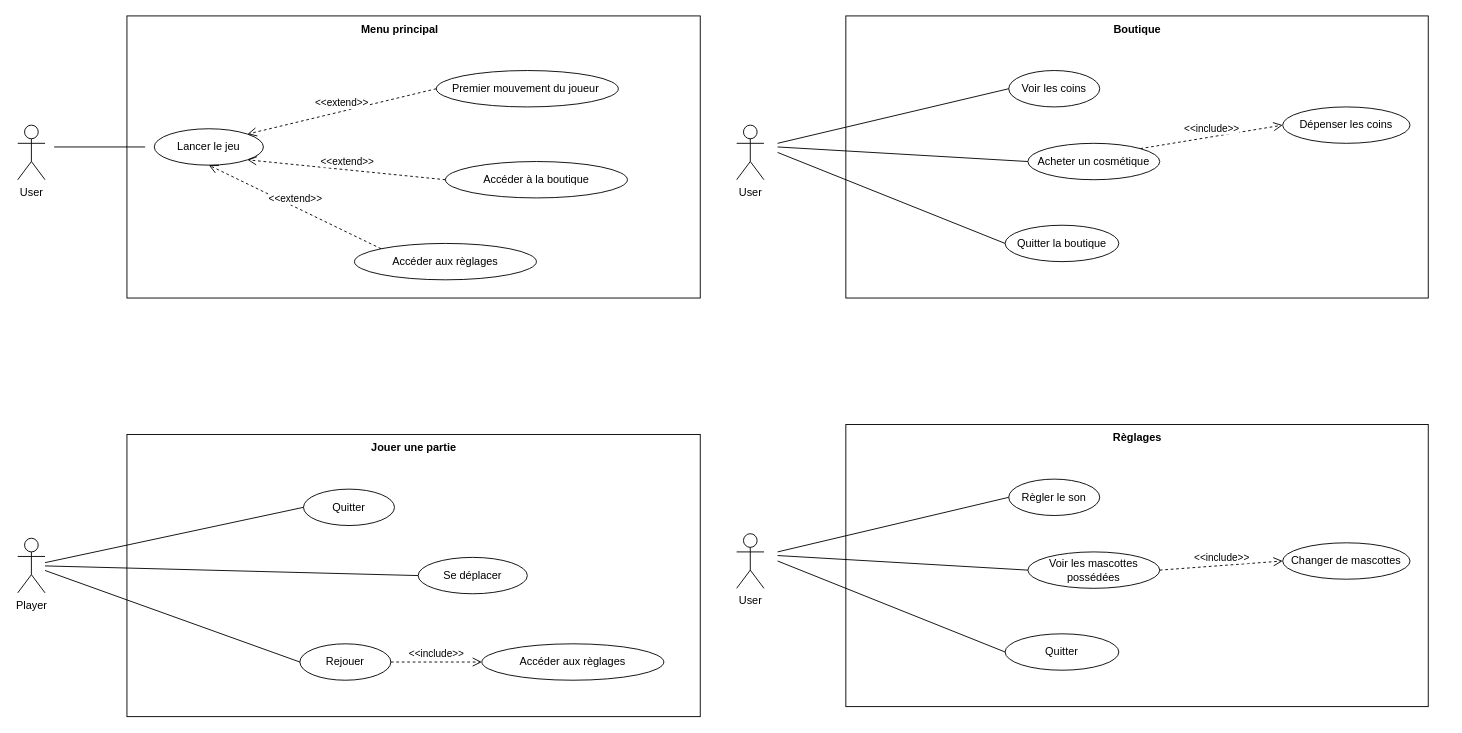
Above: DiagramsCrossy/Use_Case.drawio in Paco-crossing-the-roads/Crossy_Road_Documentation (draw.io), before the change. Source tidied: cells renumbered, new cells numbered last; positions are measured from the earlier drawing's top-left corner, leaving out a move shared by most shapes. Both pictures are drawn from the tidied source at 91%, with x=0, y=0 at pixel (17, 15).
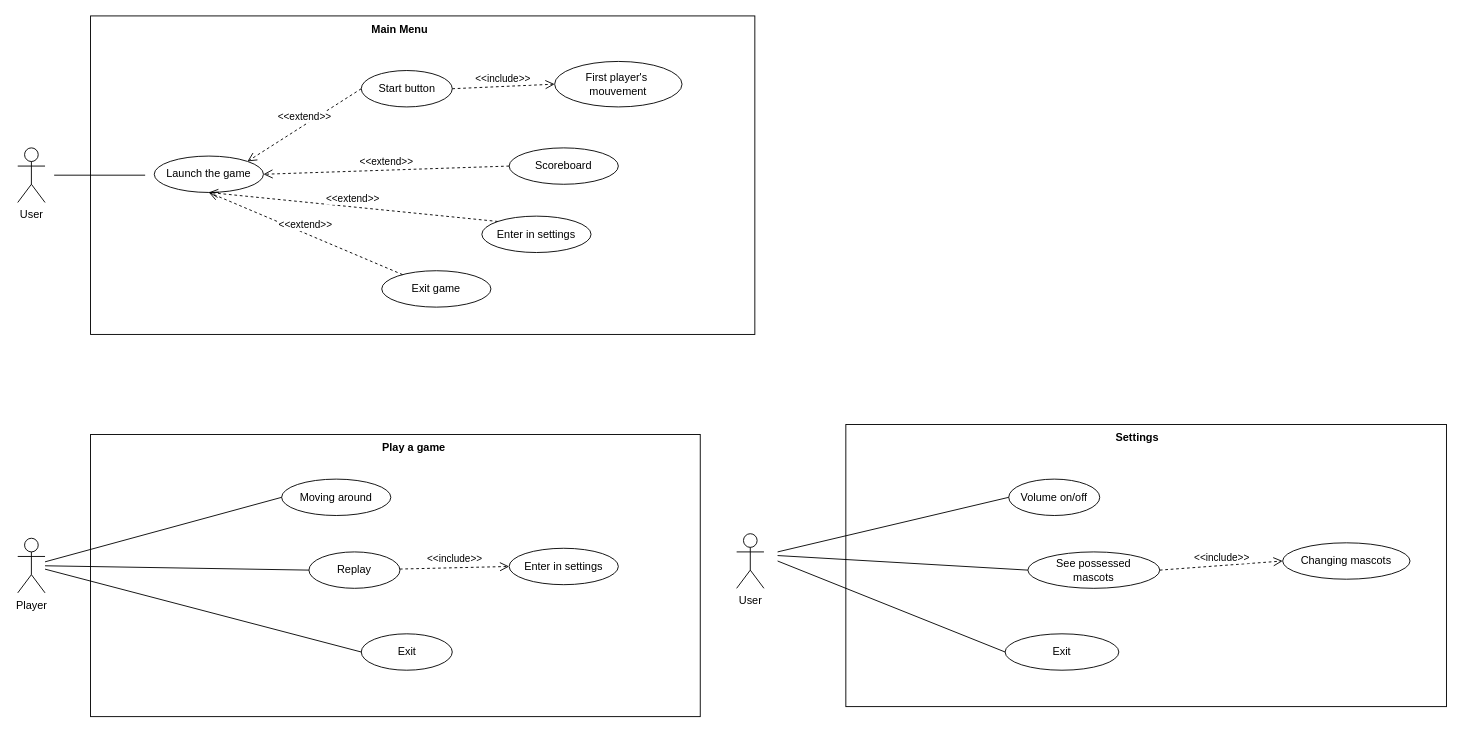
After the change.

Commit message (it also covers changes not shown here):
fix : update use case diagram

What changed in the source:
```diff
@@
     <mxCell id="3" value="User" style="shape=umlActor;verticalLabelPosition=bottom;verticalAlign=top;html=1;" parent="1" vertex="1">
-      <mxGeometry y="120" width="30" height="60" as="geometry" />
+      <mxGeometry y="145" width="30" height="60" as="geometry" />
     </mxCell>
     <mxCell id="4" style="rounded=0;whiteSpace=wrap;html=1;" parent="1" vertex="1">
-      <mxGeometry x="120" width="630" height="310" as="geometry" />
+      <mxGeometry x="80" width="730" height="350" as="geometry" />
     </mxCell>
-    <mxCell id="5" value="Menu principal" style="text;html=1;align=center;verticalAlign=middle;whiteSpace=wrap;rounded=0;perimeterSpacing=0;fontStyle=1;" parent="1" vertex="1">
+    <mxCell id="5" value="Main Menu" style="text;html=1;align=center;verticalAlign=middle;whiteSpace=wrap;rounded=0;perimeterSpacing=0;fontStyle=1;" parent="1" vertex="1">
       <mxGeometry x="375" width="90" height="30" as="geometry" />
     </mxCell>
-    <mxCell id="6" value="Lancer le jeu" style="ellipse;whiteSpace=wrap;html=1;" parent="1" vertex="1">
-      <mxGeometry x="150" y="124" width="120" height="40" as="geometry" />
+    <mxCell id="6" value="Launch the game" style="ellipse;whiteSpace=wrap;html=1;" parent="1" vertex="1">
+      <mxGeometry x="150" y="154" width="120" height="40" as="geometry" />
     </mxCell>
-    <mxCell id="7" value="Premier mouvement du joueur&amp;nbsp;" style="ellipse;whiteSpace=wrap;html=1;" parent="1" vertex="1">
-      <mxGeometry x="460" y="60" width="200" height="40" as="geometry" />
+    <mxCell id="7" value="First player's&amp;nbsp;&lt;div&gt;mouvement&lt;/div&gt;" style="ellipse;whiteSpace=wrap;html=1;" parent="1" vertex="1">
+      <mxGeometry x="590" y="50" width="140" height="50" as="geometry" />
     </mxCell>
-    <mxCell id="8" value="Accéder à la boutique" style="ellipse;whiteSpace=wrap;html=1;" parent="1" vertex="1">
-      <mxGeometry x="470" y="160" width="200" height="40" as="geometry" />
-    </mxCell>
-    <mxCell id="9" value="Accéder aux règlages" style="ellipse;whiteSpace=wrap;html=1;" parent="1" vertex="1">
-      <mxGeometry x="370" y="250" width="200" height="40" as="geometry" />
+    <mxCell id="9" value="Enter in settings" style="ellipse;whiteSpace=wrap;html=1;" parent="1" vertex="1">
+      <mxGeometry x="510" y="220" width="120" height="40" as="geometry" />
     </mxCell>
@@
-    <mxCell id="11" value="&amp;lt;&amp;lt;extend&amp;gt;&amp;gt;" style="html=1;verticalAlign=bottom;endArrow=open;dashed=1;endSize=8;curved=0;rounded=0;exitX=0;exitY=0.5;exitDx=0;exitDy=0;entryX=1;entryY=1;entryDx=0;entryDy=0;" parent="1" edge="1" source="8" target="6">
-      <mxGeometry relative="1" as="geometry" />
-    </mxCell>
-    <mxCell id="12" value="&amp;lt;&amp;lt;extend&amp;gt;&amp;gt;" style="html=1;verticalAlign=bottom;endArrow=open;dashed=1;endSize=8;curved=0;rounded=0;exitX=0;exitY=0.5;exitDx=0;exitDy=0;entryX=1;entryY=0;entryDx=0;entryDy=0;" parent="1" edge="1" source="7" target="6">
+    <mxCell id="12" value="&amp;lt;&amp;lt;extend&amp;gt;&amp;gt;" style="html=1;verticalAlign=bottom;endArrow=open;dashed=1;endSize=8;curved=0;rounded=0;entryX=1;entryY=0;entryDx=0;entryDy=0;exitX=0;exitY=0.5;exitDx=0;exitDy=0;" parent="1" edge="1" source="46" target="6">
       <mxGeometry relative="1" as="geometry" />
     </mxCell>
     <mxCell id="13" style="line;strokeWidth=1;fillColor=none;align=left;verticalAlign=middle;spacingTop=-1;spacingLeft=3;spacingRight=3;labelPosition=right;strokeColor=inherit;" parent="1" vertex="1">
-      <mxGeometry x="40" y="140" width="100" height="8" as="geometry" />
+      <mxGeometry x="40" y="171" width="100" height="8" as="geometry" />
     </mxCell>
     <mxCell id="14" style="rounded=0;whiteSpace=wrap;html=1;" parent="1" vertex="1">
-      <mxGeometry x="120" y="460" width="630" height="310" as="geometry" />
+      <mxGeometry x="80" y="460" width="670" height="310" as="geometry" />
     </mxCell>
-    <mxCell id="15" value="Jouer une partie" style="text;html=1;align=center;verticalAlign=middle;whiteSpace=wrap;rounded=0;perimeterSpacing=0;fontStyle=1;" parent="1" vertex="1">
+    <mxCell id="15" value="Play a game" style="text;html=1;align=center;verticalAlign=middle;whiteSpace=wrap;rounded=0;perimeterSpacing=0;fontStyle=1;" parent="1" vertex="1">
       <mxGeometry x="377.5" y="460" width="115" height="30" as="geometry" />
     </mxCell>
-    <mxCell id="16" value="Se déplacer" style="ellipse;whiteSpace=wrap;html=1;" parent="1" vertex="1">
-      <mxGeometry x="440" y="595" width="120" height="40" as="geometry" />
+    <mxCell id="16" value="Moving around" style="ellipse;whiteSpace=wrap;html=1;" parent="1" vertex="1">
+      <mxGeometry x="290" y="509" width="120" height="40" as="geometry" />
     </mxCell>
-    <mxCell id="17" value="Quitter" style="ellipse;whiteSpace=wrap;html=1;" parent="1" vertex="1">
-      <mxGeometry x="314" y="520" width="100" height="40" as="geometry" />
+    <mxCell id="17" value="Exit" style="ellipse;whiteSpace=wrap;html=1;" parent="1" vertex="1">
+      <mxGeometry x="377.5" y="679" width="100" height="40" as="geometry" />
     </mxCell>
-    <mxCell id="18" value="Accéder aux règlages" style="ellipse;whiteSpace=wrap;html=1;" parent="1" vertex="1">
-      <mxGeometry x="510" y="690" width="200" height="40" as="geometry" />
+    <mxCell id="18" value="Enter in settings" style="ellipse;whiteSpace=wrap;html=1;" parent="1" vertex="1">
+      <mxGeometry x="540" y="585" width="120" height="40" as="geometry" />
     </mxCell>
-    <mxCell id="19" value="&amp;lt;&amp;lt;include&amp;gt;&amp;gt;" style="html=1;verticalAlign=bottom;endArrow=open;dashed=1;endSize=8;curved=0;rounded=0;entryX=0;entryY=0.5;entryDx=0;entryDy=0;" parent="1" edge="1" target="18">
-      <mxGeometry relative="1" as="geometry">
-        <mxPoint x="410" y="710" as="sourcePoint" />
-      </mxGeometry>
+    <mxCell id="19" value="&amp;lt;&amp;lt;include&amp;gt;&amp;gt;" style="html=1;verticalAlign=bottom;endArrow=open;dashed=1;endSize=8;curved=0;rounded=0;entryX=0;entryY=0.5;entryDx=0;entryDy=0;" parent="1" edge="1" source="22" target="18">
+      <mxGeometry relative="1" as="geometry" />
     </mxCell>
@@
-    <mxCell id="22" value="Rejouer" style="ellipse;whiteSpace=wrap;html=1;" parent="1" vertex="1">
-      <mxGeometry x="310" y="690" width="100" height="40" as="geometry" />
+    <mxCell id="22" value="Replay" style="ellipse;whiteSpace=wrap;html=1;" parent="1" vertex="1">
+      <mxGeometry x="320" y="589" width="100" height="40" as="geometry" />
     </mxCell>
@@
-    <mxCell id="24" value="User" style="shape=umlActor;verticalLabelPosition=bottom;verticalAlign=top;html=1;" parent="1" vertex="1">
-      <mxGeometry x="790" y="120" width="30" height="60" as="geometry" />
-    </mxCell>
-    <mxCell id="25" style="rounded=0;whiteSpace=wrap;html=1;" parent="1" vertex="1">
-      <mxGeometry x="910" width="640" height="310" as="geometry" />
-    </mxCell>
-    <mxCell id="26" value="Boutique" style="text;html=1;align=center;verticalAlign=middle;whiteSpace=wrap;rounded=0;perimeterSpacing=0;fontStyle=1;" parent="1" vertex="1">
-      <mxGeometry x="1192.5" width="75" height="30" as="geometry" />
-    </mxCell>
-    <mxCell id="27" value="Acheter un cosmétique" style="ellipse;whiteSpace=wrap;html=1;" parent="1" vertex="1">
-      <mxGeometry x="1110" y="140" width="145" height="40" as="geometry" />
-    </mxCell>
-    <mxCell id="28" value="Voir les coins" style="ellipse;whiteSpace=wrap;html=1;" parent="1" vertex="1">
-      <mxGeometry x="1089" y="60" width="100" height="40" as="geometry" />
-    </mxCell>
-    <mxCell id="29" value="Dépenser les coins" style="ellipse;whiteSpace=wrap;html=1;" parent="1" vertex="1">
-      <mxGeometry x="1390" y="100" width="140" height="40" as="geometry" />
-    </mxCell>
-    <mxCell id="30" value="&amp;lt;&amp;lt;include&amp;gt;&amp;gt;" style="html=1;verticalAlign=bottom;endArrow=open;dashed=1;endSize=8;curved=0;rounded=0;entryX=0;entryY=0.5;entryDx=0;entryDy=0;exitX=1;exitY=0;exitDx=0;exitDy=0;" parent="1" edge="1" source="27" target="29">
-      <mxGeometry relative="1" as="geometry" />
-    </mxCell>
-    <mxCell id="31" style="endArrow=none;html=1;rounded=0;entryX=0;entryY=0.5;entryDx=0;entryDy=0;" parent="1" edge="1" target="27">
-      <mxGeometry relative="1" as="geometry">
-        <mxPoint x="835" y="144" as="sourcePoint" />
-      </mxGeometry>
-    </mxCell>
-    <mxCell id="32" style="endArrow=none;html=1;rounded=0;entryX=0;entryY=0.5;entryDx=0;entryDy=0;" parent="1" edge="1" target="28">
-      <mxGeometry relative="1" as="geometry">
-        <mxPoint x="835" y="140" as="sourcePoint" />
-      </mxGeometry>
-    </mxCell>
-    <mxCell id="33" value="Quitter la boutique" style="ellipse;whiteSpace=wrap;html=1;" parent="1" vertex="1">
-      <mxGeometry x="1085" y="230" width="125" height="40" as="geometry" />
-    </mxCell>
-    <mxCell id="34" style="endArrow=none;html=1;rounded=0;entryX=0;entryY=0.5;entryDx=0;entryDy=0;" parent="1" edge="1" target="33">
-      <mxGeometry relative="1" as="geometry">
-        <mxPoint x="835" y="150" as="sourcePoint" />
-      </mxGeometry>
-    </mxCell>
@@
     <mxCell id="36" style="rounded=0;whiteSpace=wrap;html=1;" parent="1" vertex="1">
-      <mxGeometry x="910" y="449" width="640" height="310" as="geometry" />
+      <mxGeometry x="910" y="449" width="660" height="310" as="geometry" />
     </mxCell>
-    <mxCell id="37" value="Règlages" style="text;html=1;align=center;verticalAlign=middle;whiteSpace=wrap;rounded=0;perimeterSpacing=0;fontStyle=1;" parent="1" vertex="1">
+    <mxCell id="37" value="Settings" style="text;html=1;align=center;verticalAlign=middle;whiteSpace=wrap;rounded=0;perimeterSpacing=0;fontStyle=1;" parent="1" vertex="1">
       <mxGeometry x="1192.5" y="449" width="75" height="30" as="geometry" />
     </mxCell>
-    <mxCell id="38" value="Voir les mascottes possédées" style="ellipse;whiteSpace=wrap;html=1;" parent="1" vertex="1">
+    <mxCell id="38" value="See possessed&lt;div&gt;mascots&lt;/div&gt;" style="ellipse;whiteSpace=wrap;html=1;" parent="1" vertex="1">
       <mxGeometry x="1110" y="589" width="145" height="40" as="geometry" />
     </mxCell>
-    <mxCell id="39" value="Règler le son" style="ellipse;whiteSpace=wrap;html=1;" parent="1" vertex="1">
+    <mxCell id="39" value="Volume on/off" style="ellipse;whiteSpace=wrap;html=1;" parent="1" vertex="1">
       <mxGeometry x="1089" y="509" width="100" height="40" as="geometry" />
     </mxCell>
-    <mxCell id="40" value="Changer de mascottes" style="ellipse;whiteSpace=wrap;html=1;" parent="1" vertex="1">
+    <mxCell id="40" value="Changing mascots" style="ellipse;whiteSpace=wrap;html=1;" parent="1" vertex="1">
       <mxGeometry x="1390" y="579" width="140" height="40" as="geometry" />
     </mxCell>
@@
-    <mxCell id="44" value="Quitter" style="ellipse;whiteSpace=wrap;html=1;" parent="1" vertex="1">
+    <mxCell id="44" value="Exit" style="ellipse;whiteSpace=wrap;html=1;" parent="1" vertex="1">
       <mxGeometry x="1085" y="679" width="125" height="40" as="geometry" />
     </mxCell>
@@
+    <mxCell id="46" value="Start button" style="ellipse;whiteSpace=wrap;html=1;" parent="1" vertex="1">
+      <mxGeometry x="377.5" y="60" width="100" height="40" as="geometry" />
+    </mxCell>
+    <mxCell id="47" value="Scoreboard" style="ellipse;whiteSpace=wrap;html=1;" parent="1" vertex="1">
+      <mxGeometry x="540" y="145" width="120" height="40" as="geometry" />
+    </mxCell>
+    <mxCell id="48" value="&amp;lt;&amp;lt;extend&amp;gt;&amp;gt;" style="html=1;verticalAlign=bottom;endArrow=open;dashed=1;endSize=8;curved=0;rounded=0;exitX=0;exitY=0.5;exitDx=0;exitDy=0;entryX=1;entryY=0.5;entryDx=0;entryDy=0;" parent="1" edge="1" source="47" target="6">
+      <mxGeometry relative="1" as="geometry" />
+    </mxCell>
+    <mxCell id="49" value="Exit game" style="ellipse;whiteSpace=wrap;html=1;" parent="1" vertex="1">
+      <mxGeometry x="400" y="280" width="120" height="40" as="geometry" />
+    </mxCell>
+    <mxCell id="50" value="&amp;lt;&amp;lt;extend&amp;gt;&amp;gt;" style="html=1;verticalAlign=bottom;endArrow=open;dashed=1;endSize=8;curved=0;rounded=0;entryX=0.5;entryY=1;entryDx=0;entryDy=0;" parent="1" edge="1" source="49" target="6">
+      <mxGeometry relative="1" as="geometry" />
+    </mxCell>
+    <mxCell id="51" style="edgeStyle=orthogonalEdgeStyle;rounded=0;orthogonalLoop=1;jettySize=auto;html=1;exitX=0.5;exitY=1;exitDx=0;exitDy=0;" parent="1" edge="1" source="18" target="18">
+      <mxGeometry relative="1" as="geometry" />
+    </mxCell>
+    <mxCell id="30" value="&amp;lt;&amp;lt;include&amp;gt;&amp;gt;" style="html=1;verticalAlign=bottom;endArrow=open;dashed=1;endSize=8;curved=0;rounded=0;entryX=0;entryY=0.5;entryDx=0;entryDy=0;exitX=1;exitY=0.5;exitDx=0;exitDy=0;" parent="1" edge="1" source="46" target="7">
+      <mxGeometry relative="1" as="geometry" />
+    </mxCell>
```
